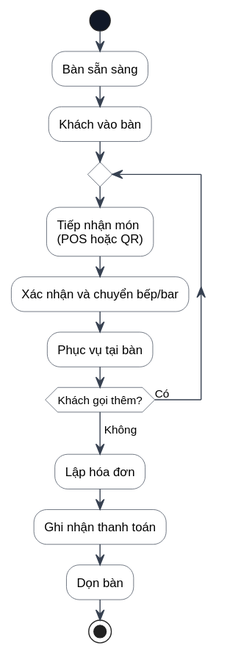
Before: docs/graduation-thesis-resources/thesis-report/assets/figures/chapter2-fnb-pos-lifecycle.svg, a diagram exported from PlantUML (quan-vo-dinh/saas-pos-microservices-qrtable).
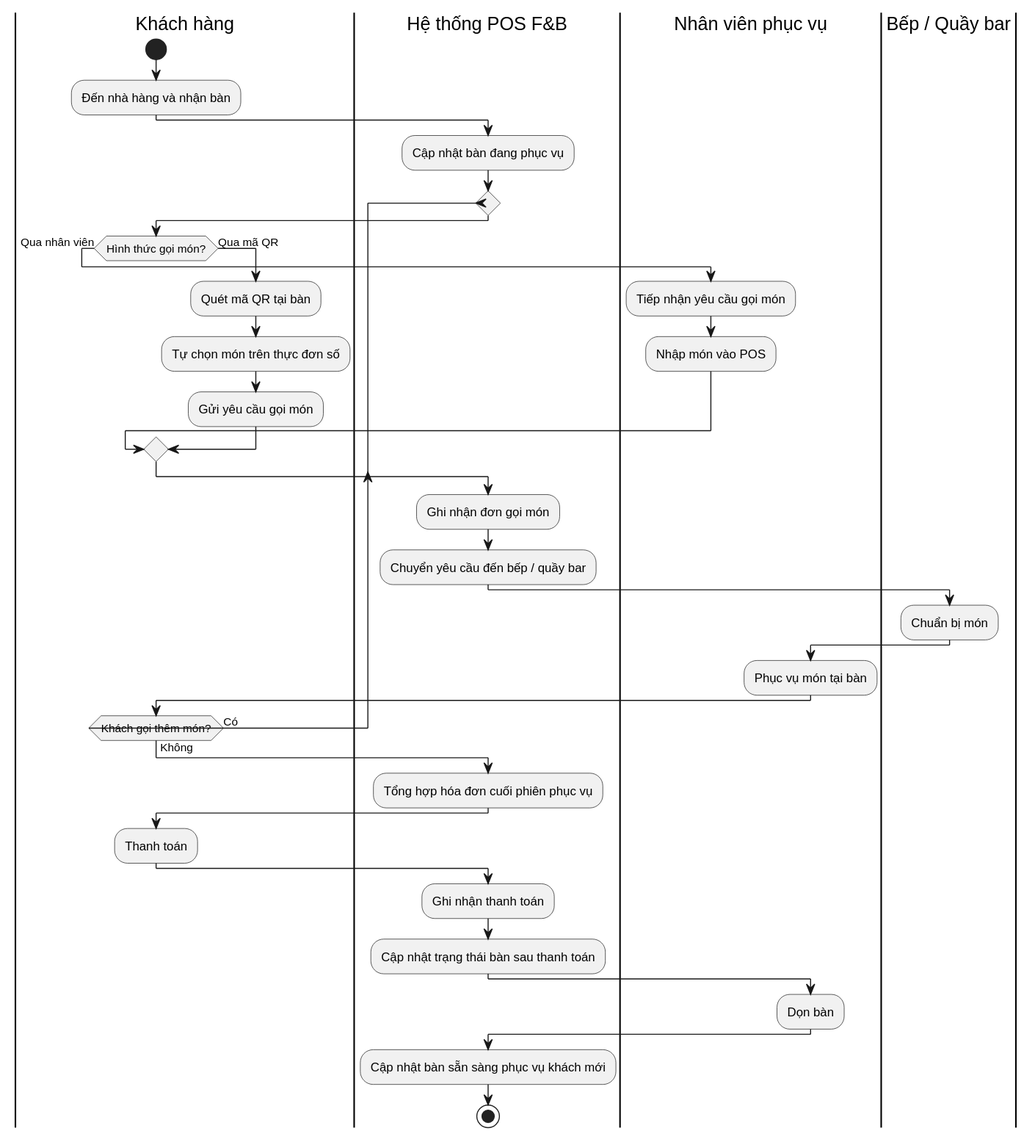
The same file after the commit.

Change to the diagram source:
```diff
@@ -1,31 +1,58 @@
 @startuml
-skinparam backgroundColor #FFFFFF
+
 skinparam shadowing false
+skinparam backgroundColor white
 skinparam defaultFontName Arial
-skinparam handwritten false
-skinparam ArrowColor #374151
-skinparam activity {
-  BackgroundColor white
-  BorderColor #374151
-  StartColor #111827
-  EndColor #111827
-  DiamondBackgroundColor white
-  DiamondBorderColor #374151
-}
+skinparam monochrome true
 
+|Khách hàng|
 start
-:Bàn sẵn sàng;
-:Khách vào bàn;
+:Đến nhà hàng và nhận bàn;
+
+|Hệ thống POS F&B|
+:Cập nhật bàn đang phục vụ;
 
 repeat
-  :Tiếp nhận món\n(POS hoặc QR);
-  :Xác nhận và chuyển bếp/bar;
-  :Phục vụ tại bàn;
-repeat while (Khách gọi thêm?) is (Có)
--> Không;
+  |Khách hàng|
+  if (Hình thức gọi món?) then (Qua nhân viên)
+    |Nhân viên phục vụ|
+    :Tiếp nhận yêu cầu gọi món;
+    :Nhập món vào POS;
+  else (Qua mã QR)
+    |Khách hàng|
+    :Quét mã QR tại bàn;
+    :Tự chọn món trên thực đơn số;
+    :Gửi yêu cầu gọi món;
+  endif
 
-:Lập hóa đơn;
+  |Hệ thống POS F&B|
+  :Ghi nhận đơn gọi món;
+  :Chuyển yêu cầu đến bếp / quầy bar;
+
+  |Bếp / Quầy bar|
+  :Chuẩn bị món;
+
+  |Nhân viên phục vụ|
+  :Phục vụ món tại bàn;
+
+  |Khách hàng|
+repeat while (Khách gọi thêm món?) is (Có) not (Không)
+
+|Hệ thống POS F&B|
+:Tổng hợp hóa đơn cuối phiên phục vụ;
+
+|Khách hàng|
+:Thanh toán;
+
+|Hệ thống POS F&B|
 :Ghi nhận thanh toán;
+:Cập nhật trạng thái bàn sau thanh toán;
+
+|Nhân viên phục vụ|
 :Dọn bàn;
+
+|Hệ thống POS F&B|
+:Cập nhật bàn sẵn sàng phục vụ khách mới;
+
 stop
 @enduml
```
